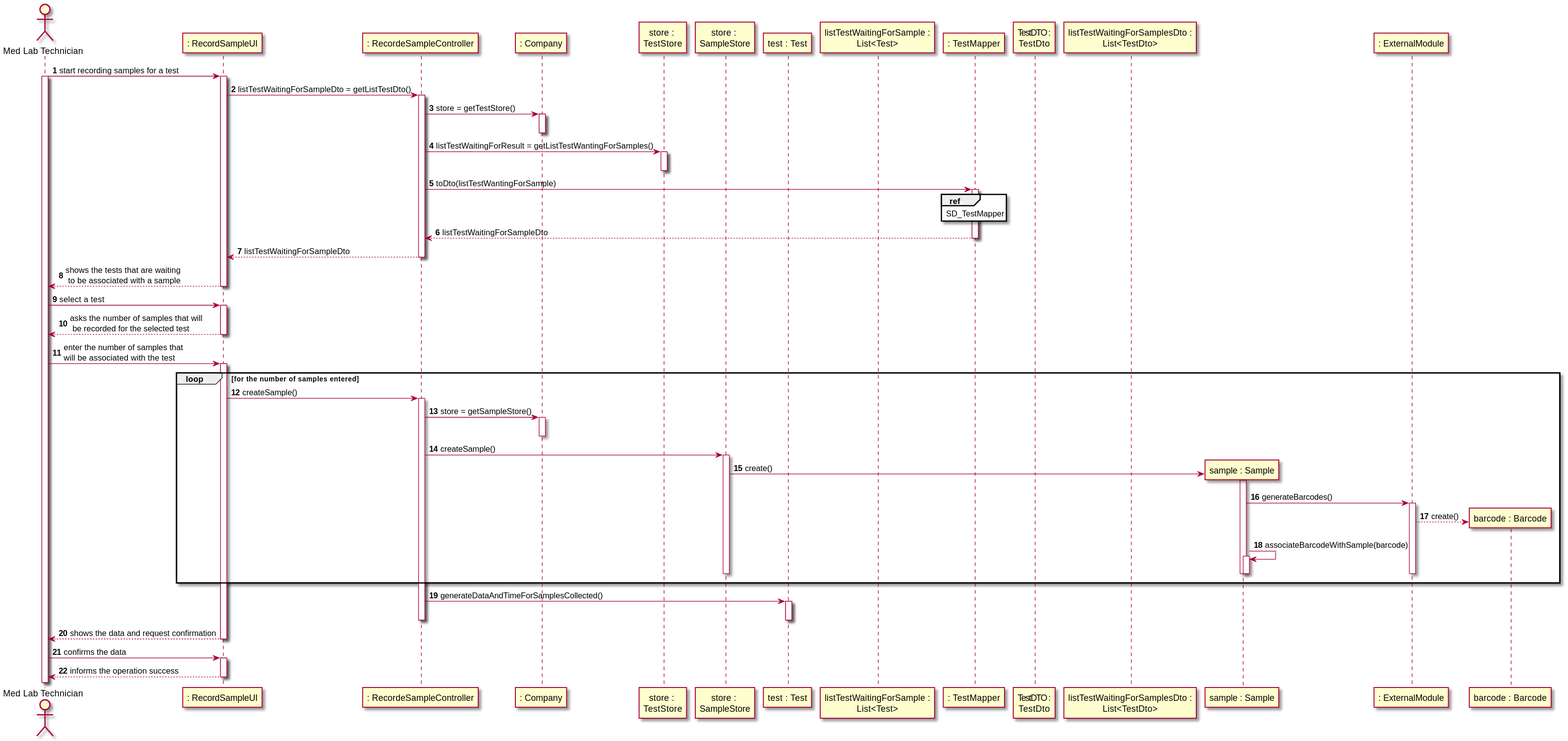
Above: docs/SprintC/US05/US05_SD.svg in manu-07-ela/LAPR2_ISEP (PlantUML), before the change.
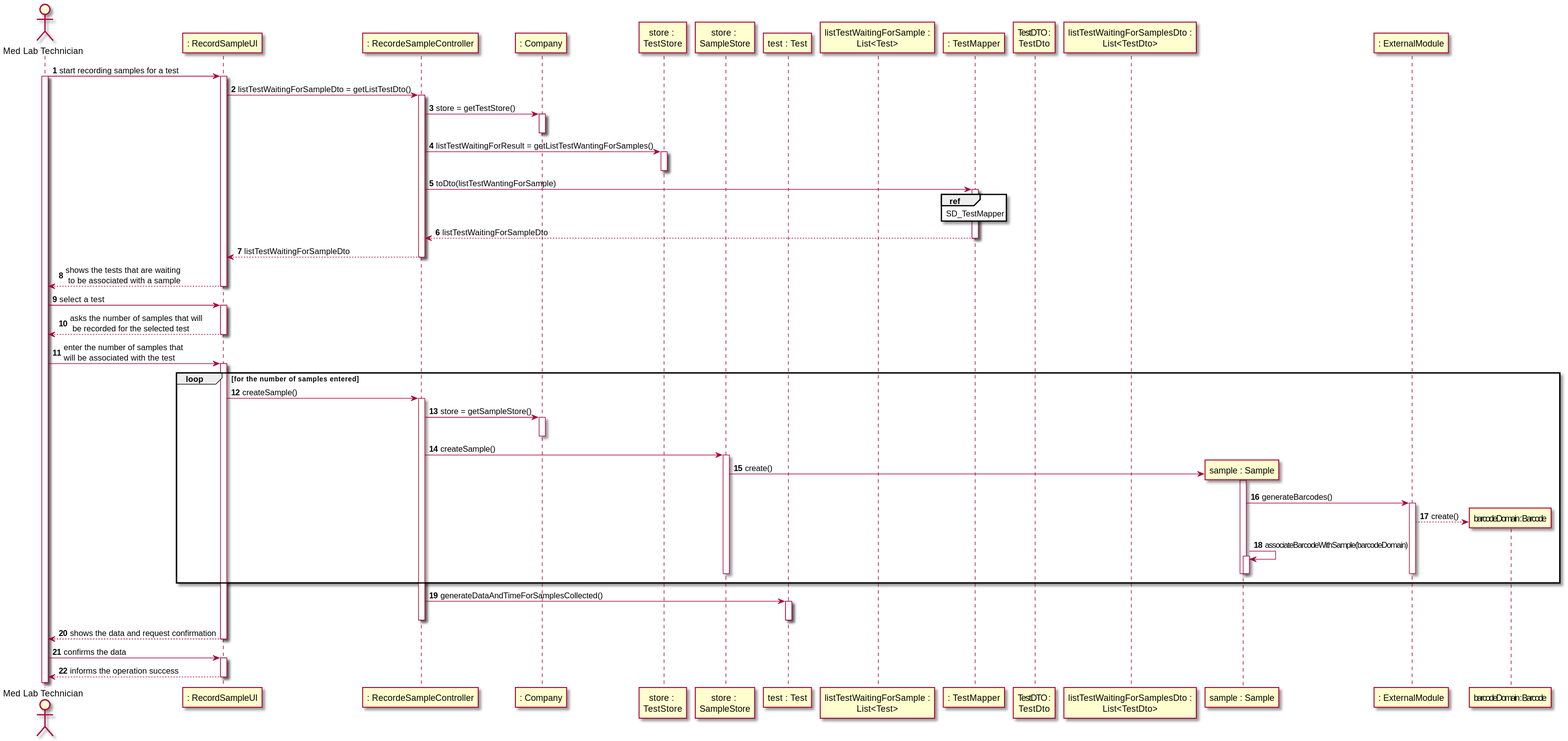
The same file after the commit.

The edit, as a diff of the source:
```diff
@@ -68,8 +68,8 @@
 "sample : Sample" -> ": ExternalModule" : generateBarcodes()
 
 activate ": ExternalModule"
-": ExternalModule" --> "barcode : Barcode"** : create()
-"sample : Sample"->"sample : Sample" : associateBarcodeWithSample(barcode)
+": ExternalModule" --> "barcodeDomain : Barcode"** : create()
+"sample : Sample"->"sample : Sample" : associateBarcodeWithSample(barcodeDomain)
 activate "sample : Sample"
 deactivate "sample : Sample"
 deactivate SAMPLESTORE
```
